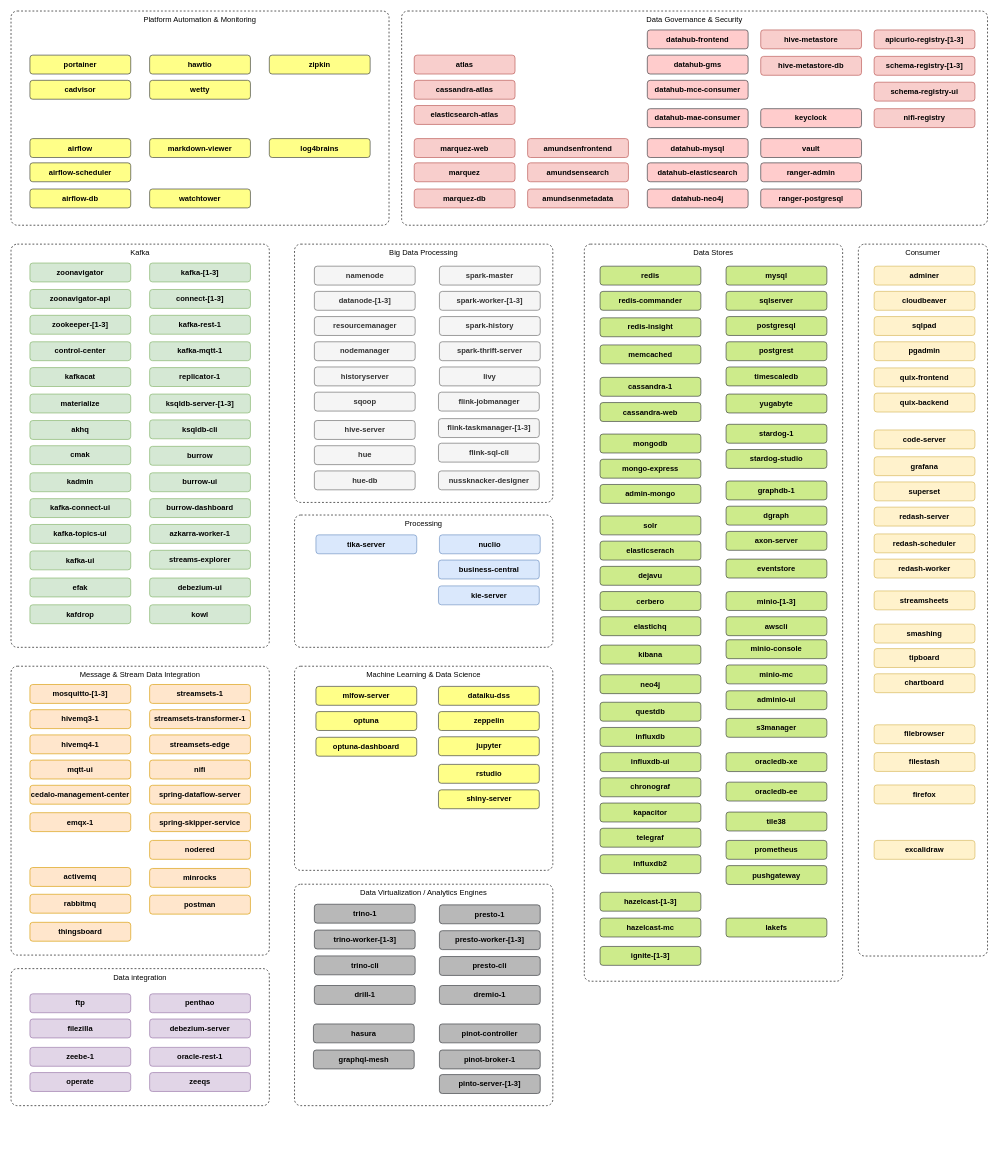
Above: page "Services" (1 of 4) of documentation/drawio/modern-data-platform.drawio in TrivadisPF/platys-modern-data-platform (draw.io), before the change. Source tidied: cells renumbered, new cells numbered last; positions are measured from the earlier drawing's top-left corner, leaving out a move shared by most shapes. Both pictures are drawn from the tidied source at 63%, with x=0, y=0 at pixel (11, 11).
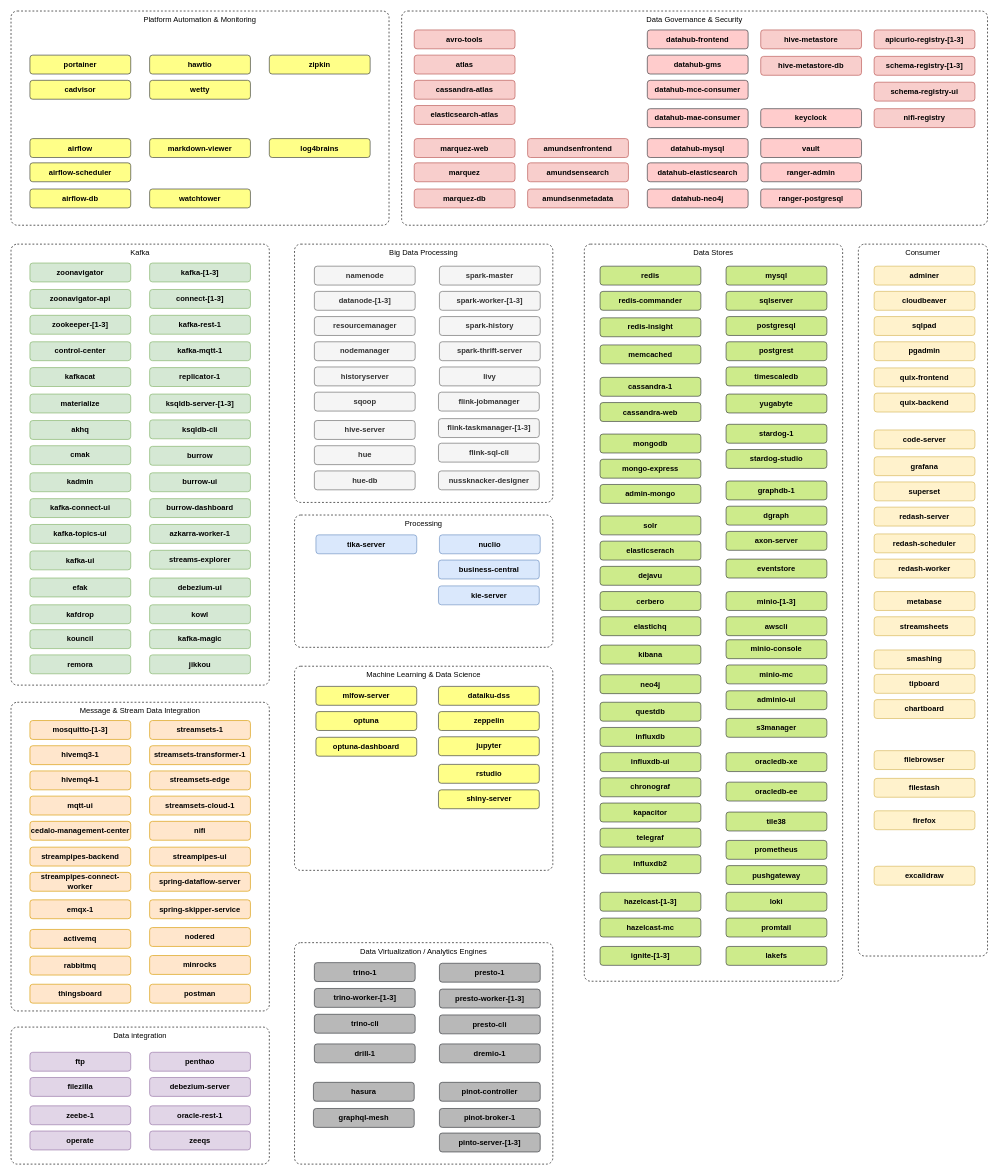
Above is the later version.

Diff of the diagram source:
```diff
@@
     <mxCell id="3" value="Data Virtualization / Analytics Engines" style="rounded=1;whiteSpace=wrap;html=1;labelBackgroundColor=none;strokeColor=#000000;strokeWidth=1;fillColor=none;fontColor=#000000;arcSize=20;absoluteArcSize=1;dashed=1;align=center;horizontal=1;verticalAlign=top;" parent="1" vertex="1">
-      <mxGeometry x="450" y="1386" width="410" height="351.5" as="geometry" />
+      <mxGeometry x="450" y="1478.8" width="410" height="351.5" as="geometry" />
     </mxCell>
     <mxCell id="4" value="Kafka" style="rounded=1;whiteSpace=wrap;html=1;labelBackgroundColor=none;strokeColor=#000000;strokeWidth=1;fillColor=none;fontColor=#000000;arcSize=20;absoluteArcSize=1;dashed=1;align=center;horizontal=1;verticalAlign=top;" parent="1" vertex="1">
-      <mxGeometry y="370" width="410" height="640" as="geometry" />
+      <mxGeometry y="370" width="410" height="700" as="geometry" />
     </mxCell>
@@
     <mxCell id="10" value="Data integration" style="rounded=1;whiteSpace=wrap;html=1;labelBackgroundColor=none;strokeColor=#000000;strokeWidth=1;fillColor=none;fontColor=#000000;arcSize=20;absoluteArcSize=1;dashed=1;align=center;horizontal=1;verticalAlign=top;" parent="1" vertex="1">
-      <mxGeometry y="1520" width="410" height="217.5" as="geometry" />
+      <mxGeometry y="1612.8" width="410" height="217.5" as="geometry" />
     </mxCell>
     <mxCell id="11" value="Message &amp;amp; Stream Data Integration" style="rounded=1;whiteSpace=wrap;html=1;labelBackgroundColor=none;strokeColor=#000000;strokeWidth=1;fillColor=none;fontColor=#000000;arcSize=20;absoluteArcSize=1;dashed=1;align=center;horizontal=1;verticalAlign=top;" parent="1" vertex="1">
-      <mxGeometry y="1040" width="410" height="458.5" as="geometry" />
+      <mxGeometry y="1097.2" width="410" height="490" as="geometry" />
     </mxCell>
@@
     <mxCell id="53" value="&lt;span&gt;streamsets-1&lt;/span&gt;" style="rounded=1;whiteSpace=wrap;html=1;fillColor=#ffe6cc;strokeColor=#d79b00;fontStyle=1;" parent="1" vertex="1">
-      <mxGeometry x="220" y="1069" width="160" height="30" as="geometry" />
+      <mxGeometry x="220" y="1126.2" width="160" height="30" as="geometry" />
     </mxCell>
     <mxCell id="54" value="&lt;span&gt;streamsets-transformer-1&lt;/span&gt;" style="rounded=1;whiteSpace=wrap;html=1;fillColor=#ffe6cc;strokeColor=#d79b00;fontStyle=1;" parent="1" vertex="1">
-      <mxGeometry x="220" y="1109" width="160" height="30" as="geometry" />
+      <mxGeometry x="220" y="1166.2" width="160" height="30" as="geometry" />
     </mxCell>
     <mxCell id="55" value="&lt;span&gt;streamsets-edge&lt;/span&gt;" style="rounded=1;whiteSpace=wrap;html=1;fillColor=#ffe6cc;strokeColor=#d79b00;fontStyle=1;" parent="1" vertex="1">
-      <mxGeometry x="220" y="1149" width="160" height="30" as="geometry" />
+      <mxGeometry x="220" y="1206.2" width="160" height="30" as="geometry" />
     </mxCell>
     <mxCell id="56" value="&lt;span&gt;nifi&lt;/span&gt;" style="rounded=1;whiteSpace=wrap;html=1;fillColor=#ffe6cc;strokeColor=#d79b00;fontStyle=1;" parent="1" vertex="1">
-      <mxGeometry x="220" y="1189" width="160" height="30" as="geometry" />
+      <mxGeometry x="220" y="1286.2" width="160" height="30" as="geometry" />
     </mxCell>
@@
     <mxCell id="88" value="&lt;span&gt;mosquitto-[1-3]&lt;/span&gt;" style="rounded=1;whiteSpace=wrap;html=1;fillColor=#ffe6cc;strokeColor=#d79b00;fontStyle=1;" parent="1" vertex="1">
-      <mxGeometry x="30" y="1069" width="160" height="30" as="geometry" />
+      <mxGeometry x="30" y="1126.2" width="160" height="30" as="geometry" />
     </mxCell>
     <mxCell id="89" value="&lt;span&gt;hivemq3-1&lt;/span&gt;" style="rounded=1;whiteSpace=wrap;html=1;fillColor=#ffe6cc;strokeColor=#d79b00;fontStyle=1;" parent="1" vertex="1">
-      <mxGeometry x="30" y="1109" width="160" height="30" as="geometry" />
+      <mxGeometry x="30" y="1166.2" width="160" height="30" as="geometry" />
     </mxCell>
     <mxCell id="90" value="&lt;span&gt;hivemq4-1&lt;/span&gt;" style="rounded=1;whiteSpace=wrap;html=1;fillColor=#ffe6cc;strokeColor=#d79b00;fontStyle=1;" parent="1" vertex="1">
-      <mxGeometry x="30" y="1149" width="160" height="30" as="geometry" />
+      <mxGeometry x="30" y="1206.2" width="160" height="30" as="geometry" />
     </mxCell>
     <mxCell id="91" value="&lt;span&gt;mqtt-ui&lt;/span&gt;" style="rounded=1;whiteSpace=wrap;html=1;fillColor=#ffe6cc;strokeColor=#d79b00;fontStyle=1;" parent="1" vertex="1">
-      <mxGeometry x="30" y="1189" width="160" height="30" as="geometry" />
+      <mxGeometry x="30" y="1246.2" width="160" height="30" as="geometry" />
     </mxCell>
     <mxCell id="92" value="&lt;span&gt;activemq&lt;/span&gt;" style="rounded=1;whiteSpace=wrap;html=1;fillColor=#ffe6cc;strokeColor=#d79b00;fontStyle=1;" parent="1" vertex="1">
-      <mxGeometry x="30" y="1359.5" width="160" height="30" as="geometry" />
+      <mxGeometry x="30" y="1457.8" width="160" height="30" as="geometry" />
     </mxCell>
     <mxCell id="93" value="&lt;span&gt;ftp&lt;/span&gt;" style="rounded=1;whiteSpace=wrap;html=1;fillColor=#e1d5e7;strokeColor=#9673a6;fontStyle=1;" parent="1" vertex="1">
-      <mxGeometry x="30" y="1560" width="160" height="30" as="geometry" />
+      <mxGeometry x="30" y="1652.8" width="160" height="30" as="geometry" />
     </mxCell>
     <mxCell id="94" value="&lt;span&gt;filezilla&lt;/span&gt;" style="rounded=1;whiteSpace=wrap;html=1;fillColor=#e1d5e7;strokeColor=#9673a6;fontStyle=1;" parent="1" vertex="1">
-      <mxGeometry x="30" y="1600" width="160" height="30" as="geometry" />
+      <mxGeometry x="30" y="1692.8" width="160" height="30" as="geometry" />
     </mxCell>
@@
     <mxCell id="99" value="&lt;span&gt;trino-1&lt;/span&gt;" style="rounded=1;whiteSpace=wrap;html=1;fillColor=#B8B8B8;strokeColor=#36393d;fontStyle=1;" parent="1" vertex="1">
-      <mxGeometry x="481.5" y="1417.8" width="160" height="30" as="geometry" />
+      <mxGeometry x="481.5" y="1510.5" width="160" height="30" as="geometry" />
     </mxCell>
     <mxCell id="100" value="&lt;span&gt;trino-cli&lt;/span&gt;" style="rounded=1;whiteSpace=wrap;html=1;fillColor=#B8B8B8;strokeColor=#36393d;fontStyle=1;" parent="1" vertex="1">
-      <mxGeometry x="481.5" y="1499.8" width="160" height="30" as="geometry" />
+      <mxGeometry x="481.5" y="1592.5" width="160" height="30" as="geometry" />
     </mxCell>
@@
     <mxCell id="102" value="&lt;span&gt;drill-1&lt;/span&gt;" style="rounded=1;whiteSpace=wrap;html=1;fillColor=#B8B8B8;strokeColor=#36393d;fontStyle=1;" parent="1" vertex="1">
-      <mxGeometry x="481.5" y="1546.8" width="160" height="30" as="geometry" />
+      <mxGeometry x="481.5" y="1639.5" width="160" height="30" as="geometry" />
     </mxCell>
@@
     <mxCell id="122" value="&lt;span&gt;rabbitmq&lt;/span&gt;" style="rounded=1;whiteSpace=wrap;html=1;fillColor=#ffe6cc;strokeColor=#d79b00;fontStyle=1;" parent="1" vertex="1">
-      <mxGeometry x="30" y="1402" width="160" height="30" as="geometry" />
+      <mxGeometry x="30" y="1500.2" width="160" height="30" as="geometry" />
     </mxCell>
     <mxCell id="123" value="&lt;span&gt;penthao&lt;/span&gt;" style="rounded=1;whiteSpace=wrap;html=1;fillColor=#e1d5e7;strokeColor=#9673a6;fontStyle=1;" parent="1" vertex="1">
-      <mxGeometry x="220" y="1560" width="160" height="30" as="geometry" />
+      <mxGeometry x="220" y="1652.8" width="160" height="30" as="geometry" />
     </mxCell>
@@
     <mxCell id="129" value="&lt;span&gt;streamsheets&lt;/span&gt;" style="rounded=1;whiteSpace=wrap;html=1;fillColor=#fff2cc;strokeColor=#d6b656;fontStyle=1;" parent="1" vertex="1">
-      <mxGeometry x="1370" y="920.5" width="160" height="30" as="geometry" />
+      <mxGeometry x="1370" y="961.5" width="160" height="30" as="geometry" />
     </mxCell>
@@
     <mxCell id="131" value="&lt;span&gt;dremio-1&lt;/span&gt;" style="rounded=1;whiteSpace=wrap;html=1;fillColor=#B8B8B8;strokeColor=#36393d;fontStyle=1;" parent="1" vertex="1">
-      <mxGeometry x="680" y="1546.8" width="160" height="30" as="geometry" />
+      <mxGeometry x="680" y="1639.5" width="160" height="30" as="geometry" />
     </mxCell>
     <mxCell id="132" value="&lt;span&gt;trino-worker-[1-3]&lt;/span&gt;" style="rounded=1;whiteSpace=wrap;html=1;fillColor=#B8B8B8;strokeColor=#36393d;fontStyle=1;" parent="1" vertex="1">
-      <mxGeometry x="481.5" y="1458.8" width="160" height="30" as="geometry" />
+      <mxGeometry x="481.5" y="1551.5" width="160" height="30" as="geometry" />
     </mxCell>
@@
     <mxCell id="144" value="&lt;span&gt;tipboard&lt;/span&gt;" style="rounded=1;whiteSpace=wrap;html=1;fillColor=#fff2cc;strokeColor=#d6b656;fontStyle=1;" parent="1" vertex="1">
-      <mxGeometry x="1370" y="1012" width="160" height="30" as="geometry" />
+      <mxGeometry x="1370" y="1053" width="160" height="30" as="geometry" />
     </mxCell>
     <mxCell id="145" value="&lt;span&gt;chartboard&lt;/span&gt;" style="rounded=1;whiteSpace=wrap;html=1;fillColor=#fff2cc;strokeColor=#d6b656;fontStyle=1;" parent="1" vertex="1">
-      <mxGeometry x="1370" y="1052" width="160" height="30" as="geometry" />
+      <mxGeometry x="1370" y="1093" width="160" height="30" as="geometry" />
     </mxCell>
     <mxCell id="146" value="&lt;span&gt;smashing&lt;/span&gt;" style="rounded=1;whiteSpace=wrap;html=1;fillColor=#fff2cc;strokeColor=#d6b656;fontStyle=1;" parent="1" vertex="1">
-      <mxGeometry x="1370" y="973.2" width="160" height="30" as="geometry" />
+      <mxGeometry x="1370" y="1014.2" width="160" height="30" as="geometry" />
     </mxCell>
@@
     <mxCell id="150" value="&lt;span&gt;nodered&lt;/span&gt;" style="rounded=1;whiteSpace=wrap;html=1;fillColor=#ffe6cc;strokeColor=#d79b00;fontStyle=1;" parent="1" vertex="1">
-      <mxGeometry x="220" y="1316.5" width="160" height="30" as="geometry" />
+      <mxGeometry x="220" y="1454.8" width="160" height="30" as="geometry" />
     </mxCell>
     <mxCell id="151" value="&lt;span&gt;spring-dataflow-server&lt;/span&gt;" style="rounded=1;whiteSpace=wrap;html=1;fillColor=#ffe6cc;strokeColor=#d79b00;fontStyle=1;" parent="1" vertex="1">
-      <mxGeometry x="220" y="1229" width="160" height="30" as="geometry" />
+      <mxGeometry x="220" y="1367.2" width="160" height="30" as="geometry" />
     </mxCell>
     <mxCell id="152" value="&lt;span&gt;spring-skipper-service&lt;/span&gt;" style="rounded=1;whiteSpace=wrap;html=1;fillColor=#ffe6cc;strokeColor=#d79b00;fontStyle=1;" parent="1" vertex="1">
-      <mxGeometry x="220" y="1272.5" width="160" height="30" as="geometry" />
+      <mxGeometry x="220" y="1410.8" width="160" height="30" as="geometry" />
     </mxCell>
     <mxCell id="153" value="&lt;span&gt;cedalo-management-center&lt;/span&gt;" style="rounded=1;whiteSpace=wrap;html=1;fillColor=#ffe6cc;strokeColor=#d79b00;fontStyle=1;" parent="1" vertex="1">
-      <mxGeometry x="30" y="1229" width="160" height="30" as="geometry" />
+      <mxGeometry x="30" y="1286.2" width="160" height="30" as="geometry" />
     </mxCell>
@@
     <mxCell id="155" value="&lt;span&gt;hasura&lt;/span&gt;" style="rounded=1;whiteSpace=wrap;html=1;fillColor=#B8B8B8;strokeColor=#36393d;fontStyle=1;" parent="1" vertex="1">
-      <mxGeometry x="480" y="1607.8" width="160" height="30" as="geometry" />
+      <mxGeometry x="480" y="1700.5" width="160" height="30" as="geometry" />
     </mxCell>
@@
     <mxCell id="157" value="filebrowser" style="rounded=1;whiteSpace=wrap;html=1;fillColor=#fff2cc;strokeColor=#d6b656;fontStyle=1;" parent="1" vertex="1">
-      <mxGeometry x="1370" y="1133" width="160" height="30" as="geometry" />
+      <mxGeometry x="1370" y="1174" width="160" height="30" as="geometry" />
     </mxCell>
@@
     <mxCell id="162" value="filestash" style="rounded=1;whiteSpace=wrap;html=1;fillColor=#fff2cc;strokeColor=#d6b656;fontStyle=1;" parent="1" vertex="1">
-      <mxGeometry x="1370" y="1177" width="160" height="30" as="geometry" />
+      <mxGeometry x="1370" y="1218" width="160" height="30" as="geometry" />
     </mxCell>
     <mxCell id="163" value="&lt;span&gt;graphql-mesh&lt;/span&gt;" style="rounded=1;whiteSpace=wrap;html=1;fillColor=#B8B8B8;strokeColor=#36393d;fontStyle=1;" parent="1" vertex="1">
-      <mxGeometry x="480" y="1649.2" width="160" height="30" as="geometry" />
+      <mxGeometry x="480" y="1742" width="160" height="30" as="geometry" />
     </mxCell>
@@
     <mxCell id="167" value="&lt;span&gt;thingsboard&lt;/span&gt;" style="rounded=1;whiteSpace=wrap;html=1;fillColor=#ffe6cc;strokeColor=#d79b00;fontStyle=1;" parent="1" vertex="1">
-      <mxGeometry x="30" y="1446.5" width="160" height="30" as="geometry" />
+      <mxGeometry x="30" y="1544.8" width="160" height="30" as="geometry" />
     </mxCell>
     <mxCell id="168" value="&lt;span&gt;postman&lt;/span&gt;" style="rounded=1;whiteSpace=wrap;html=1;fillColor=#ffe6cc;strokeColor=#d79b00;fontStyle=1;" parent="1" vertex="1">
-      <mxGeometry x="220" y="1403.5" width="160" height="30" as="geometry" />
+      <mxGeometry x="220" y="1544.8" width="160" height="30" as="geometry" />
     </mxCell>
     <mxCell id="169" value="minrocks" style="rounded=1;whiteSpace=wrap;html=1;fillColor=#ffe6cc;strokeColor=#d79b00;fontStyle=1;" parent="1" vertex="1">
-      <mxGeometry x="220" y="1361" width="160" height="30" as="geometry" />
+      <mxGeometry x="220" y="1499.2" width="160" height="30" as="geometry" />
     </mxCell>
@@
     <mxCell id="172" value="&lt;span&gt;presto-1&lt;/span&gt;" style="rounded=1;whiteSpace=wrap;html=1;fillColor=#B8B8B8;strokeColor=#36393d;fontStyle=1;" parent="1" vertex="1">
-      <mxGeometry x="680" y="1418.8" width="160" height="30" as="geometry" />
+      <mxGeometry x="680" y="1511.5" width="160" height="30" as="geometry" />
     </mxCell>
     <mxCell id="173" value="&lt;span&gt;presto-cli&lt;/span&gt;" style="rounded=1;whiteSpace=wrap;html=1;fillColor=#B8B8B8;strokeColor=#36393d;fontStyle=1;" parent="1" vertex="1">
-      <mxGeometry x="680" y="1500.8" width="160" height="30" as="geometry" />
+      <mxGeometry x="680" y="1593.5" width="160" height="30" as="geometry" />
     </mxCell>
     <mxCell id="174" value="&lt;span&gt;presto-worker-[1-3]&lt;/span&gt;" style="rounded=1;whiteSpace=wrap;html=1;fillColor=#B8B8B8;strokeColor=#36393d;fontStyle=1;" parent="1" vertex="1">
-      <mxGeometry x="680" y="1459.8" width="160" height="30" as="geometry" />
+      <mxGeometry x="680" y="1552.5" width="160" height="30" as="geometry" />
     </mxCell>
@@
     <mxCell id="179" value="&lt;span&gt;zeebe-1&lt;/span&gt;" style="rounded=1;whiteSpace=wrap;html=1;fillColor=#e1d5e7;strokeColor=#9673a6;fontStyle=1;" parent="1" vertex="1">
-      <mxGeometry x="30" y="1645" width="160" height="30" as="geometry" />
+      <mxGeometry x="30" y="1737.8" width="160" height="30" as="geometry" />
     </mxCell>
     <mxCell id="180" value="&lt;span&gt;operate&lt;/span&gt;" style="rounded=1;whiteSpace=wrap;html=1;fillColor=#e1d5e7;strokeColor=#9673a6;fontStyle=1;" parent="1" vertex="1">
-      <mxGeometry x="30" y="1685" width="160" height="30" as="geometry" />
+      <mxGeometry x="30" y="1777.8" width="160" height="30" as="geometry" />
     </mxCell>
     <mxCell id="181" value="&lt;span&gt;zeeqs&lt;/span&gt;" style="rounded=1;whiteSpace=wrap;html=1;fillColor=#e1d5e7;strokeColor=#9673a6;fontStyle=1;" parent="1" vertex="1">
-      <mxGeometry x="220" y="1685" width="160" height="30" as="geometry" />
+      <mxGeometry x="220" y="1777.8" width="160" height="30" as="geometry" />
     </mxCell>
@@
     <mxCell id="184" value="&lt;span&gt;pinot-controller&lt;/span&gt;" style="rounded=1;whiteSpace=wrap;html=1;fillColor=#B8B8B8;strokeColor=#36393d;fontStyle=1;" parent="1" vertex="1">
-      <mxGeometry x="680" y="1607.8" width="160" height="30" as="geometry" />
+      <mxGeometry x="680" y="1700.5" width="160" height="30" as="geometry" />
     </mxCell>
     <mxCell id="185" value="&lt;span&gt;pinot-broker-1&lt;/span&gt;" style="rounded=1;whiteSpace=wrap;html=1;fillColor=#B8B8B8;strokeColor=#36393d;fontStyle=1;" parent="1" vertex="1">
-      <mxGeometry x="680" y="1649.2" width="160" height="30" as="geometry" />
+      <mxGeometry x="680" y="1742" width="160" height="30" as="geometry" />
     </mxCell>
     <mxCell id="186" value="&lt;span&gt;pinto-server-[1-3]&lt;/span&gt;" style="rounded=1;whiteSpace=wrap;html=1;fillColor=#B8B8B8;strokeColor=#36393d;fontStyle=1;" parent="1" vertex="1">
-      <mxGeometry x="680" y="1688.2" width="160" height="30" as="geometry" />
+      <mxGeometry x="680" y="1781" width="160" height="30" as="geometry" />
     </mxCell>
     <mxCell id="187" value="&lt;span&gt;lakefs&lt;/span&gt;" style="rounded=1;whiteSpace=wrap;html=1;fillColor=#cdeb8b;strokeColor=#36393d;fontStyle=1;" parent="1" vertex="1">
-      <mxGeometry x="1135" y="1439.8" width="160" height="30" as="geometry" />
+      <mxGeometry x="1135" y="1484.8" width="160" height="30" as="geometry" />
     </mxCell>
     <mxCell id="188" value="&lt;span&gt;emqx-1&lt;/span&gt;" style="rounded=1;whiteSpace=wrap;html=1;fillColor=#ffe6cc;strokeColor=#d79b00;fontStyle=1;" parent="1" vertex="1">
-      <mxGeometry x="30" y="1272.5" width="160" height="30" as="geometry" />
+      <mxGeometry x="30" y="1410.8" width="160" height="30" as="geometry" />
     </mxCell>
@@
     <mxCell id="193" value="&lt;span&gt;oracle-rest-1&lt;/span&gt;" style="rounded=1;whiteSpace=wrap;html=1;fillColor=#e1d5e7;strokeColor=#9673a6;fontStyle=1;" parent="1" vertex="1">
-      <mxGeometry x="220" y="1645" width="160" height="30" as="geometry" />
+      <mxGeometry x="220" y="1737.8" width="160" height="30" as="geometry" />
     </mxCell>
@@
     <mxCell id="196" value="firefox" style="rounded=1;whiteSpace=wrap;html=1;fillColor=#fff2cc;strokeColor=#d6b656;fontStyle=1;" parent="1" vertex="1">
-      <mxGeometry x="1370" y="1228.5" width="160" height="30" as="geometry" />
+      <mxGeometry x="1370" y="1269.5" width="160" height="30" as="geometry" />
     </mxCell>
@@
     <mxCell id="208" value="excalidraw" style="rounded=1;whiteSpace=wrap;html=1;fillColor=#fff2cc;strokeColor=#d6b656;fontStyle=1;" parent="1" vertex="1">
-      <mxGeometry x="1370" y="1316.5" width="160" height="30" as="geometry" />
+      <mxGeometry x="1370" y="1357.5" width="160" height="30" as="geometry" />
     </mxCell>
@@
     <mxCell id="216" value="&lt;span&gt;debezium-server&lt;/span&gt;" style="rounded=1;whiteSpace=wrap;html=1;fillColor=#e1d5e7;strokeColor=#9673a6;fontStyle=1;" parent="1" vertex="1">
-      <mxGeometry x="220" y="1600" width="160" height="30" as="geometry" />
+      <mxGeometry x="220" y="1692.8" width="160" height="30" as="geometry" />
     </mxCell>
@@
+    <mxCell id="218" value="&lt;span&gt;kouncil&lt;/span&gt;" style="rounded=1;whiteSpace=wrap;html=1;fillColor=#d5e8d4;strokeColor=#82b366;fontStyle=1;" parent="1" vertex="1">
+      <mxGeometry x="30" y="982" width="160" height="30" as="geometry" />
+    </mxCell>
+    <mxCell id="219" value="&lt;span&gt;streamsets-cloud-1&lt;/span&gt;" style="rounded=1;whiteSpace=wrap;html=1;fillColor=#ffe6cc;strokeColor=#d79b00;fontStyle=1;" parent="1" vertex="1">
+      <mxGeometry x="220" y="1246.2" width="160" height="30" as="geometry" />
+    </mxCell>
+    <mxCell id="220" value="loki" style="rounded=1;whiteSpace=wrap;html=1;fillColor=#cdeb8b;strokeColor=#36393d;fontStyle=1;" parent="1" vertex="1">
+      <mxGeometry x="1135" y="1398.8" width="160" height="30" as="geometry" />
+    </mxCell>
+    <mxCell id="221" value="promtail" style="rounded=1;whiteSpace=wrap;html=1;fillColor=#cdeb8b;strokeColor=#36393d;fontStyle=1;" parent="1" vertex="1">
+      <mxGeometry x="1135" y="1439.8" width="160" height="30" as="geometry" />
+    </mxCell>
+    <mxCell id="222" value="&lt;span&gt;kafka-magic&lt;/span&gt;" style="rounded=1;whiteSpace=wrap;html=1;fillColor=#d5e8d4;strokeColor=#82b366;fontStyle=1;" parent="1" vertex="1">
+      <mxGeometry x="220" y="982" width="160" height="30" as="geometry" />
+    </mxCell>
+    <mxCell id="223" value="&lt;span&gt;streampipes-ui&lt;/span&gt;" style="rounded=1;whiteSpace=wrap;html=1;fillColor=#ffe6cc;strokeColor=#d79b00;fontStyle=1;" parent="1" vertex="1">
+      <mxGeometry x="220" y="1327.2" width="160" height="30" as="geometry" />
+    </mxCell>
+    <mxCell id="224" value="&lt;span&gt;streampipes-backend&lt;/span&gt;" style="rounded=1;whiteSpace=wrap;html=1;fillColor=#ffe6cc;strokeColor=#d79b00;fontStyle=1;" parent="1" vertex="1">
+      <mxGeometry x="30" y="1327.2" width="160" height="30" as="geometry" />
+    </mxCell>
+    <mxCell id="225" value="&lt;span&gt;streampipes-connect-worker&lt;/span&gt;" style="rounded=1;whiteSpace=wrap;html=1;fillColor=#ffe6cc;strokeColor=#d79b00;fontStyle=1;" parent="1" vertex="1">
+      <mxGeometry x="30" y="1367.2" width="160" height="30" as="geometry" />
+    </mxCell>
+    <mxCell id="226" value="&lt;span&gt;remora&lt;/span&gt;" style="rounded=1;whiteSpace=wrap;html=1;fillColor=#d5e8d4;strokeColor=#82b366;fontStyle=1;" parent="1" vertex="1">
+      <mxGeometry x="30" y="1022" width="160" height="30" as="geometry" />
+    </mxCell>
+    <mxCell id="227" value="jikkou" style="rounded=1;whiteSpace=wrap;html=1;fillColor=#d5e8d4;strokeColor=#82b366;fontStyle=1;" parent="1" vertex="1">
+      <mxGeometry x="220" y="1022" width="160" height="30" as="geometry" />
+    </mxCell>
+    <mxCell id="228" value="metabase" style="rounded=1;whiteSpace=wrap;html=1;fillColor=#fff2cc;strokeColor=#d6b656;fontStyle=1;" parent="1" vertex="1">
+      <mxGeometry x="1370" y="921.5" width="160" height="30" as="geometry" />
+    </mxCell>
+    <mxCell id="229" value="&lt;span&gt;avro-tools&lt;/span&gt;" style="rounded=1;whiteSpace=wrap;html=1;fillColor=#f8cecc;strokeColor=#b85450;fontStyle=1;" parent="1" vertex="1">
+      <mxGeometry x="640" y="30" width="160" height="30" as="geometry" />
+    </mxCell>
```
